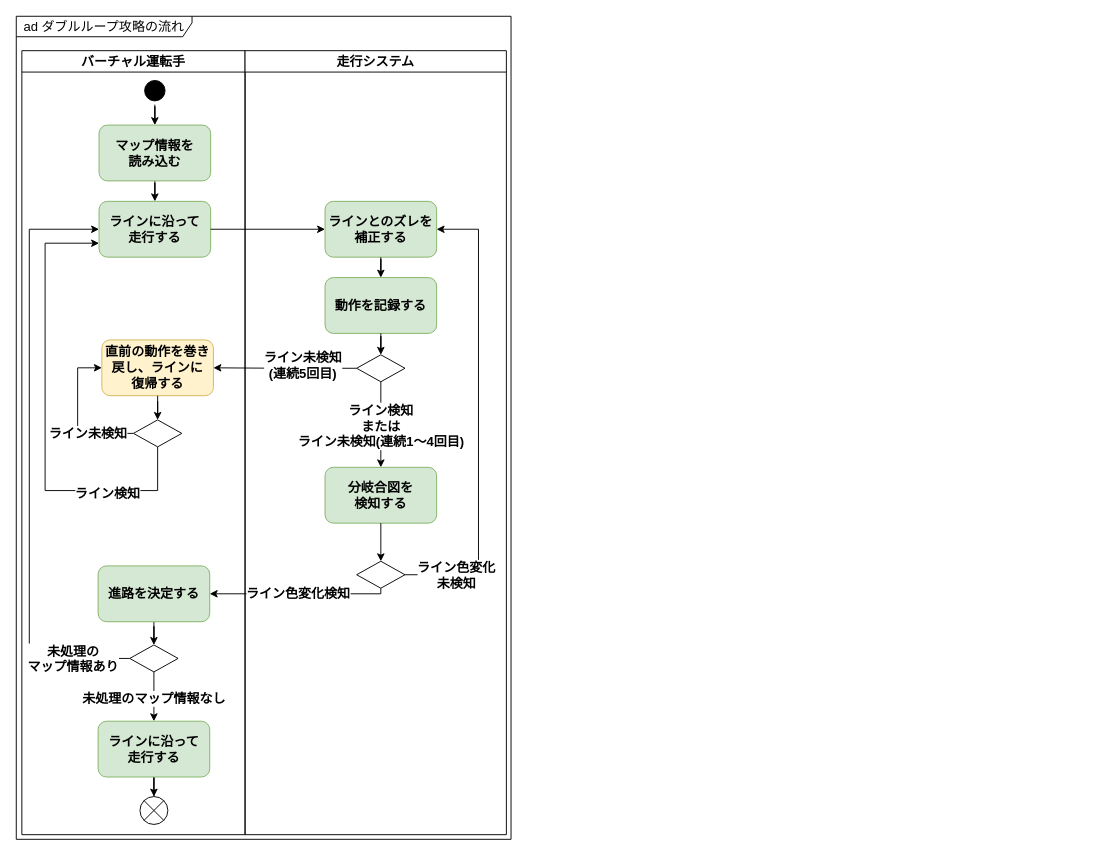
Above: model/素材/2.3.2_アクティビティ図.drawio in miyoshiyuu-systena/tenarobo-primary-mil-2025 (draw.io), before the change. Source tidied: cells renumbered, new cells numbered last; positions are measured from the earlier drawing's top-left corner, leaving out a move shared by most shapes. Both pictures are drawn from the tidied source at 93%, with x=0, y=0 at pixel (16, 16).
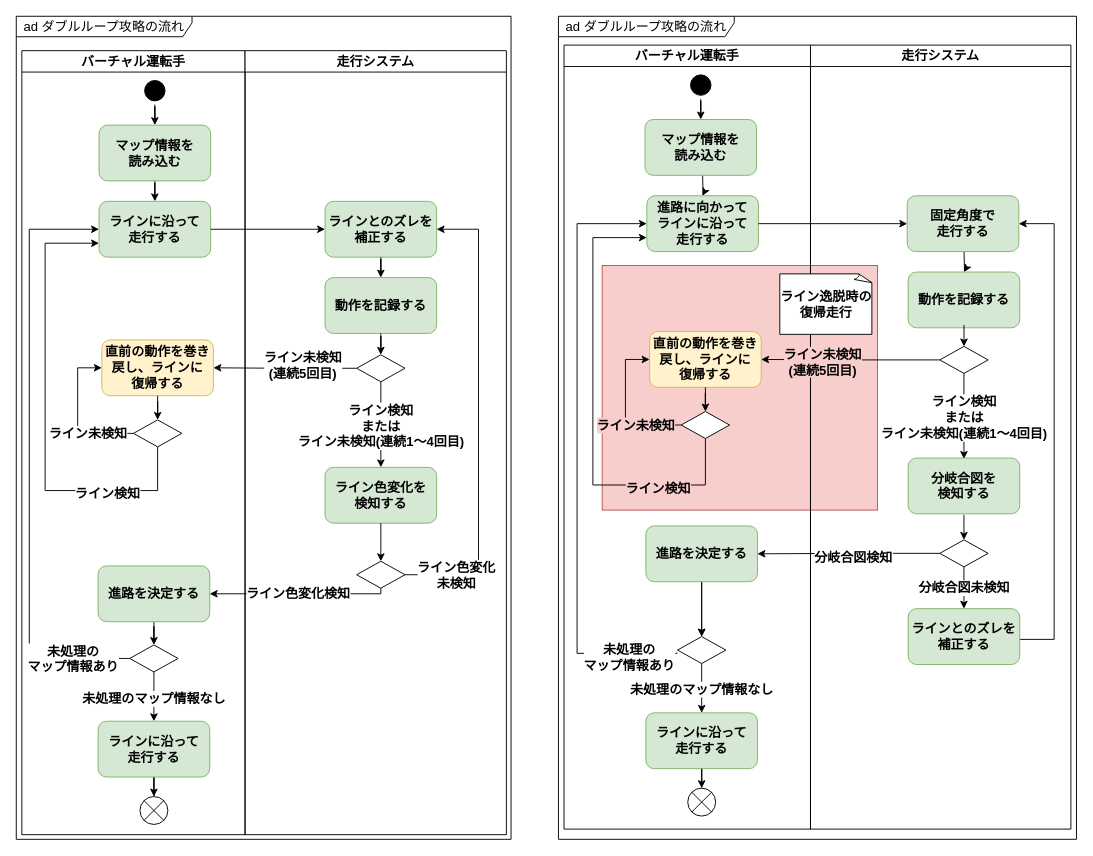
The same page after the edit.

The change refers to these unchanged cells:
```xml
<mxCell id="22" value="走行システム" style="swimlane;whiteSpace=wrap;html=1;fontSize=14;fontStyle=1;" parent="1" vertex="1">
  <mxGeometry x="246" y="37" width="281" height="843" as="geometry" />
</mxCell>
```

What changed in the source:
```diff
@@
+    <mxCell id="37" style="rounded=0;whiteSpace=wrap;html=1;fillColor=#f8cecc;strokeColor=#b85450;" parent="1" vertex="1">
+      <mxGeometry x="630" y="268" width="296" height="263" as="geometry" />
+    </mxCell>
@@
-    <mxCell id="32" value="分岐合図を&lt;div&gt;検知する&lt;/div&gt;" style="rounded=1;whiteSpace=wrap;html=1;fillColor=#d5e8d4;strokeColor=#82b366;fontSize=14;fontStyle=1;" parent="22" vertex="1">
+    <mxCell id="32" value="ライン色変化を&lt;div&gt;検知する&lt;/div&gt;" style="rounded=1;whiteSpace=wrap;html=1;fillColor=#d5e8d4;strokeColor=#82b366;fontSize=14;fontStyle=1;" parent="22" vertex="1">
       <mxGeometry x="86" y="448" width="120" height="60" as="geometry" />
     </mxCell>
@@
+    <mxCell id="38" value="ad ダブルループ攻略の流れ" style="shape=umlFrame;whiteSpace=wrap;html=1;width=189;height=22;fontSize=14;" parent="1" vertex="1">
+      <mxGeometry x="583" width="557" height="885" as="geometry" />
+    </mxCell>
+    <mxCell id="39" value="バーチャル運転手" style="swimlane;whiteSpace=wrap;html=1;fontSize=14;fontStyle=1;" parent="1" vertex="1">
+      <mxGeometry x="589" y="31" width="265" height="843" as="geometry" />
+    </mxCell>
+    <mxCell id="40" style="edgeStyle=orthogonalEdgeStyle;rounded=0;jettySize=auto;html=1;fontSize=14;fontStyle=1;" parent="39" edge="1" source="41" target="44">
+      <mxGeometry relative="1" as="geometry" />
+    </mxCell>
+    <mxCell id="41" style="ellipse;html=1;shape=startState;fillColor=#000000;strokeColor=#000000;fontSize=14;fontStyle=1;" parent="39" vertex="1">
+      <mxGeometry x="132" y="28" width="30" height="30" as="geometry" />
+    </mxCell>
+    <mxCell id="42" value="進路に向かって&lt;div&gt;ラインに沿って&lt;div&gt;走行する&lt;/div&gt;&lt;/div&gt;" style="rounded=1;whiteSpace=wrap;html=1;fillColor=#d5e8d4;strokeColor=#82b366;fontSize=14;fontStyle=1;" parent="39" vertex="1">
+      <mxGeometry x="89" y="162" width="120" height="60" as="geometry" />
+    </mxCell>
+    <mxCell id="43" style="edgeStyle=orthogonalEdgeStyle;rounded=0;jettySize=auto;html=1;fontSize=14;fontStyle=1;" parent="39" edge="1" target="42">
+      <mxGeometry relative="1" as="geometry">
+        <mxPoint x="149" y="140" as="sourcePoint" />
+      </mxGeometry>
+    </mxCell>
+    <mxCell id="44" value="マップ情報を&lt;div&gt;読み込む&lt;/div&gt;" style="rounded=1;whiteSpace=wrap;html=1;fillColor=#d5e8d4;strokeColor=#82b366;fontSize=14;fontStyle=1;" parent="39" vertex="1">
+      <mxGeometry x="87" y="80" width="120" height="60" as="geometry" />
+    </mxCell>
+    <mxCell id="45" value="直前の動作を巻き戻し、ラインに&lt;div&gt;復帰する&lt;/div&gt;" style="rounded=1;whiteSpace=wrap;html=1;fillColor=#fff2cc;strokeColor=#d6b656;fontSize=14;fontStyle=1;" parent="39" vertex="1">
+      <mxGeometry x="92" y="308" width="120" height="60" as="geometry" />
+    </mxCell>
+    <mxCell id="46" value="ライン検知" style="edgeStyle=orthogonalEdgeStyle;rounded=0;jettySize=auto;html=1;entryX=0;entryY=0.75;entryDx=0;entryDy=0;exitX=0.5;exitY=1;exitDx=0;exitDy=0;exitPerimeter=0;fontSize=14;fontStyle=1;labelBackgroundColor=light-dark(#f8cecc, #ededed);" parent="39" edge="1" source="48" target="42">
+      <mxGeometry x="-0.59" y="4" relative="1" as="geometry">
+        <Array as="points">
+          <mxPoint x="152" y="473" />
+          <mxPoint x="31" y="473" />
+          <mxPoint x="31" y="207" />
+        </Array>
+      </mxGeometry>
+    </mxCell>
+    <mxCell id="47" value="&lt;font style=&quot;font-size: 14px;&quot;&gt;&lt;b&gt;ライン未検知&lt;/b&gt;&lt;/font&gt;" style="edgeStyle=orthogonalEdgeStyle;rounded=0;jettySize=auto;html=1;entryX=0;entryY=0.5;entryDx=0;entryDy=0;labelBackgroundColor=light-dark(#f8cecc, #ededed);" parent="39" edge="1" source="48" target="45">
+      <mxGeometry x="-0.37" relative="1" as="geometry">
+        <Array as="points">
+          <mxPoint x="66" y="409" />
+          <mxPoint x="66" y="338" />
+        </Array>
+      </mxGeometry>
+    </mxCell>
+    <mxCell id="48" style="strokeWidth=1;html=1;shape=mxgraph.flowchart.decision;whiteSpace=wrap;fontSize=14;fontStyle=1;" parent="39" vertex="1">
+      <mxGeometry x="126" y="394" width="52" height="29" as="geometry" />
+    </mxCell>
+    <mxCell id="49" style="edgeStyle=orthogonalEdgeStyle;rounded=0;jettySize=auto;html=1;entryX=0.5;entryY=0;entryDx=0;entryDy=0;entryPerimeter=0;" parent="39" edge="1" source="45" target="48">
+      <mxGeometry relative="1" as="geometry" />
+    </mxCell>
+    <mxCell id="50" style="edgeStyle=orthogonalEdgeStyle;rounded=0;jettySize=auto;html=1;fontSize=14;fontStyle=1;" parent="39" edge="1" source="52" target="54">
+      <mxGeometry relative="1" as="geometry" />
+    </mxCell>
+    <mxCell id="51" style="edgeStyle=orthogonalEdgeStyle;rounded=0;jettySize=auto;html=1;" parent="39" edge="1" source="52" target="54">
+      <mxGeometry relative="1" as="geometry" />
+    </mxCell>
+    <mxCell id="52" value="進路を決定する" style="rounded=1;whiteSpace=wrap;html=1;fillColor=#d5e8d4;strokeColor=#82b366;fontSize=14;fontStyle=1;" parent="39" vertex="1">
+      <mxGeometry x="88" y="517" width="120" height="60" as="geometry" />
+    </mxCell>
+    <mxCell id="53" value="未処理のマップ情報なし" style="edgeStyle=orthogonalEdgeStyle;rounded=0;jettySize=auto;html=1;fontSize=14;fontStyle=1;entryX=0.5;entryY=0;entryDx=0;entryDy=0;" parent="39" edge="1" source="54">
+      <mxGeometry x="0.09" relative="1" as="geometry">
+        <mxPoint x="148" y="718" as="targetPoint" />
+      </mxGeometry>
+    </mxCell>
+    <mxCell id="54" style="strokeWidth=1;html=1;shape=mxgraph.flowchart.decision;whiteSpace=wrap;fontSize=14;fontStyle=1;" parent="39" vertex="1">
+      <mxGeometry x="122" y="636" width="52" height="29" as="geometry" />
+    </mxCell>
+    <mxCell id="55" style="verticalLabelPosition=bottom;verticalAlign=top;html=1;shape=mxgraph.flowchart.or;fontSize=14;fontStyle=1;" parent="39" vertex="1">
+      <mxGeometry x="133" y="799" width="30" height="30" as="geometry" />
+    </mxCell>
+    <mxCell id="56" value="ラインに沿って&lt;div&gt;走行する&lt;/div&gt;" style="rounded=1;whiteSpace=wrap;html=1;fillColor=#d5e8d4;strokeColor=#82b366;fontSize=14;fontStyle=1;" parent="39" vertex="1">
+      <mxGeometry x="88" y="718" width="120" height="60" as="geometry" />
+    </mxCell>
+    <mxCell id="57" style="edgeStyle=orthogonalEdgeStyle;rounded=0;jettySize=auto;html=1;entryX=0.5;entryY=0;entryDx=0;entryDy=0;entryPerimeter=0;fontSize=14;fontStyle=1;" parent="39" edge="1" source="56" target="55">
+      <mxGeometry relative="1" as="geometry" />
+    </mxCell>
+    <mxCell id="58" value="未処理の&lt;div&gt;マップ情報あり&lt;/div&gt;" style="edgeStyle=orthogonalEdgeStyle;rounded=0;jettySize=auto;html=1;entryX=0;entryY=0.5;entryDx=0;entryDy=0;fontSize=14;fontStyle=1;" parent="39" edge="1" source="54" target="42">
+      <mxGeometry x="-0.84" y="4" relative="1" as="geometry">
+        <Array as="points">
+          <mxPoint x="14" y="654" />
+          <mxPoint x="14" y="192" />
+        </Array>
+      </mxGeometry>
+    </mxCell>
+    <mxCell id="59" value="走行システム" style="swimlane;whiteSpace=wrap;html=1;fontSize=14;fontStyle=1;" parent="1" vertex="1">
+      <mxGeometry x="854" y="31" width="280" height="843" as="geometry" />
+    </mxCell>
+    <mxCell id="60" style="strokeWidth=1;html=1;shape=mxgraph.flowchart.decision;whiteSpace=wrap;fontSize=14;fontStyle=1;" parent="59" vertex="1">
+      <mxGeometry x="139" y="324" width="52" height="29" as="geometry" />
+    </mxCell>
+    <mxCell id="61" value="動作を記録する" style="rounded=1;whiteSpace=wrap;html=1;fillColor=#d5e8d4;strokeColor=#82b366;fontSize=14;fontStyle=1;" parent="59" vertex="1">
+      <mxGeometry x="105" y="244" width="120" height="60" as="geometry" />
+    </mxCell>
+    <mxCell id="62" style="edgeStyle=orthogonalEdgeStyle;rounded=0;jettySize=auto;html=1;fontSize=14;fontStyle=1;" parent="59" edge="1" target="61">
+      <mxGeometry relative="1" as="geometry">
+        <mxPoint x="165.1" y="222" as="sourcePoint" />
+      </mxGeometry>
+    </mxCell>
+    <mxCell id="63" style="edgeStyle=orthogonalEdgeStyle;rounded=0;jettySize=auto;html=1;entryX=0.5;entryY=0;entryDx=0;entryDy=0;entryPerimeter=0;" parent="59" edge="1" target="60">
+      <mxGeometry relative="1" as="geometry">
+        <mxPoint x="165.1" y="301" as="sourcePoint" />
+      </mxGeometry>
+    </mxCell>
+    <mxCell id="64" value="&lt;font style=&quot;font-size: 14px;&quot;&gt;&lt;b&gt;ライン検知&lt;/b&gt;&lt;/font&gt;&lt;div&gt;&lt;font style=&quot;font-size: 14px;&quot;&gt;&lt;b&gt;または&lt;/b&gt;&lt;/font&gt;&lt;/div&gt;&lt;div&gt;&lt;font style=&quot;font-size: 14px;&quot;&gt;&lt;b&gt;ライン未検知(連続1～4回目)&lt;/b&gt;&lt;/font&gt;&lt;/div&gt;" style="edgeStyle=orthogonalEdgeStyle;rounded=0;orthogonalLoop=1;jettySize=auto;html=1;exitX=0.5;exitY=1;exitDx=0;exitDy=0;exitPerimeter=0;" parent="59" edge="1">
+      <mxGeometry x="0.04" relative="1" as="geometry">
+        <mxPoint x="165" y="353" as="sourcePoint" />
+        <mxPoint x="165" y="445" as="targetPoint" />
+      </mxGeometry>
+    </mxCell>
+    <mxCell id="65" style="edgeStyle=orthogonalEdgeStyle;rounded=0;orthogonalLoop=1;jettySize=auto;html=1;exitX=0.5;exitY=1;exitDx=0;exitDy=0;exitPerimeter=0;fontSize=14;fontStyle=1;" parent="59" edge="1">
+      <mxGeometry relative="1" as="geometry">
+        <mxPoint x="167" y="389" as="sourcePoint" />
+        <mxPoint x="167" y="389" as="targetPoint" />
+      </mxGeometry>
+    </mxCell>
+    <mxCell id="66" value="&lt;font style=&quot;font-size: 14px;&quot;&gt;&lt;b&gt;分岐合図未検知&lt;/b&gt;&lt;/font&gt;" style="edgeStyle=orthogonalEdgeStyle;rounded=0;jettySize=auto;html=1;entryX=0.5;entryY=0;entryDx=0;entryDy=0;" parent="59" edge="1" source="67" target="72">
+      <mxGeometry relative="1" as="geometry" />
+    </mxCell>
+    <mxCell id="67" style="strokeWidth=1;html=1;shape=mxgraph.flowchart.decision;whiteSpace=wrap;fontSize=14;fontStyle=1;" parent="59" vertex="1">
+      <mxGeometry x="139" y="532" width="52" height="29" as="geometry" />
+    </mxCell>
+    <mxCell id="68" style="edgeStyle=orthogonalEdgeStyle;rounded=0;jettySize=auto;html=1;entryX=0.5;entryY=0;entryDx=0;entryDy=0;entryPerimeter=0;fontSize=14;fontStyle=1;" parent="59" edge="1" target="67">
+      <mxGeometry relative="1" as="geometry">
+        <mxPoint x="165" y="505" as="sourcePoint" />
+      </mxGeometry>
+    </mxCell>
+    <mxCell id="69" value="固定角度で&lt;div&gt;走行する&lt;/div&gt;" style="rounded=1;whiteSpace=wrap;html=1;fillColor=#d5e8d4;strokeColor=#82b366;fontSize=14;fontStyle=1;" parent="59" vertex="1">
+      <mxGeometry x="104" y="162" width="120" height="60" as="geometry" />
+    </mxCell>
+    <mxCell id="70" value="分岐合図を&lt;div&gt;検知する&lt;/div&gt;" style="rounded=1;whiteSpace=wrap;html=1;fillColor=#d5e8d4;strokeColor=#82b366;fontSize=14;fontStyle=1;" parent="59" vertex="1">
+      <mxGeometry x="105" y="444" width="120" height="60" as="geometry" />
+    </mxCell>
+    <mxCell id="71" style="edgeStyle=orthogonalEdgeStyle;rounded=0;jettySize=auto;html=1;entryX=1;entryY=0.5;entryDx=0;entryDy=0;" parent="59" edge="1" source="72" target="69">
+      <mxGeometry relative="1" as="geometry">
+        <Array as="points">
+          <mxPoint x="262" y="639" />
+          <mxPoint x="262" y="192" />
+        </Array>
+      </mxGeometry>
+    </mxCell>
+    <mxCell id="72" value="ラインとのズレを補正する" style="rounded=1;whiteSpace=wrap;html=1;fillColor=#d5e8d4;strokeColor=#82b366;fontSize=14;fontStyle=1;" parent="59" vertex="1">
+      <mxGeometry x="105" y="606" width="120" height="60" as="geometry" />
+    </mxCell>
+    <mxCell id="73" value="&lt;div&gt;ライン逸脱時の&lt;div&gt;復帰走行&lt;/div&gt;&lt;/div&gt;" style="whiteSpace=wrap;html=1;shape=mxgraph.basic.document;fontSize=14;fontStyle=1;" parent="59" vertex="1">
+      <mxGeometry x="-33" y="246" width="100" height="65" as="geometry" />
+    </mxCell>
+    <mxCell id="74" style="edgeStyle=orthogonalEdgeStyle;rounded=0;jettySize=auto;html=1;fontSize=14;fontStyle=1;entryX=0;entryY=0.5;entryDx=0;entryDy=0;" parent="1" edge="1" source="42" target="69">
+      <mxGeometry relative="1" as="geometry" />
+    </mxCell>
+    <mxCell id="75" value="ライン未検知&lt;div&gt;(連続5回目)&lt;/div&gt;" style="edgeStyle=orthogonalEdgeStyle;rounded=0;jettySize=auto;html=1;entryX=1;entryY=0.5;entryDx=0;entryDy=0;fontSize=14;fontStyle=1;labelBackgroundColor=light-dark(#f8cecc, #ededed);" parent="1" edge="1" source="60" target="45">
+      <mxGeometry x="0.32" y="3" relative="1" as="geometry" />
+    </mxCell>
+    <mxCell id="76" value="&lt;font&gt;分岐合図検知&lt;/font&gt;" style="edgeStyle=orthogonalEdgeStyle;rounded=0;jettySize=auto;html=1;entryX=1;entryY=0.5;entryDx=0;entryDy=0;fontSize=14;fontStyle=1;" parent="1" edge="1" source="67" target="52">
+      <mxGeometry x="-0.05" y="4" relative="1" as="geometry" />
+    </mxCell>
```
